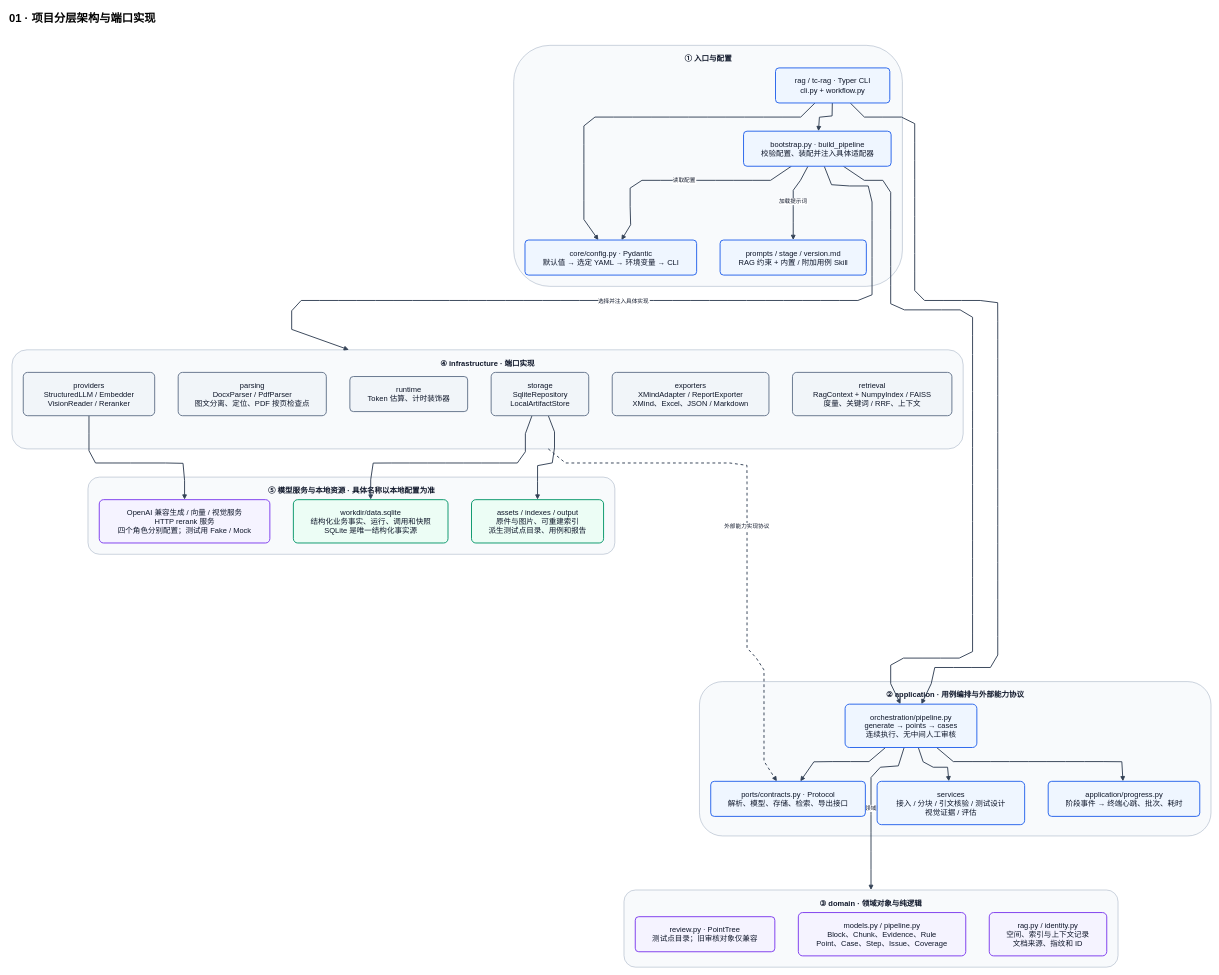
Before: page "01 · 项目分层架构与端口实现" (1 of 5) of docs/diagrams/tc_rag_architecture_atlas.drawio in mzyu05413-sys/tc_rag, a draw.io diagram. Source tidied: cells renumbered, new cells numbered last; positions are measured from the earlier drawing's top-left corner, leaving out a move shared by most shapes. Both pictures are drawn from the tidied source at 47%, with x=0, y=0 at pixel (8, 8).
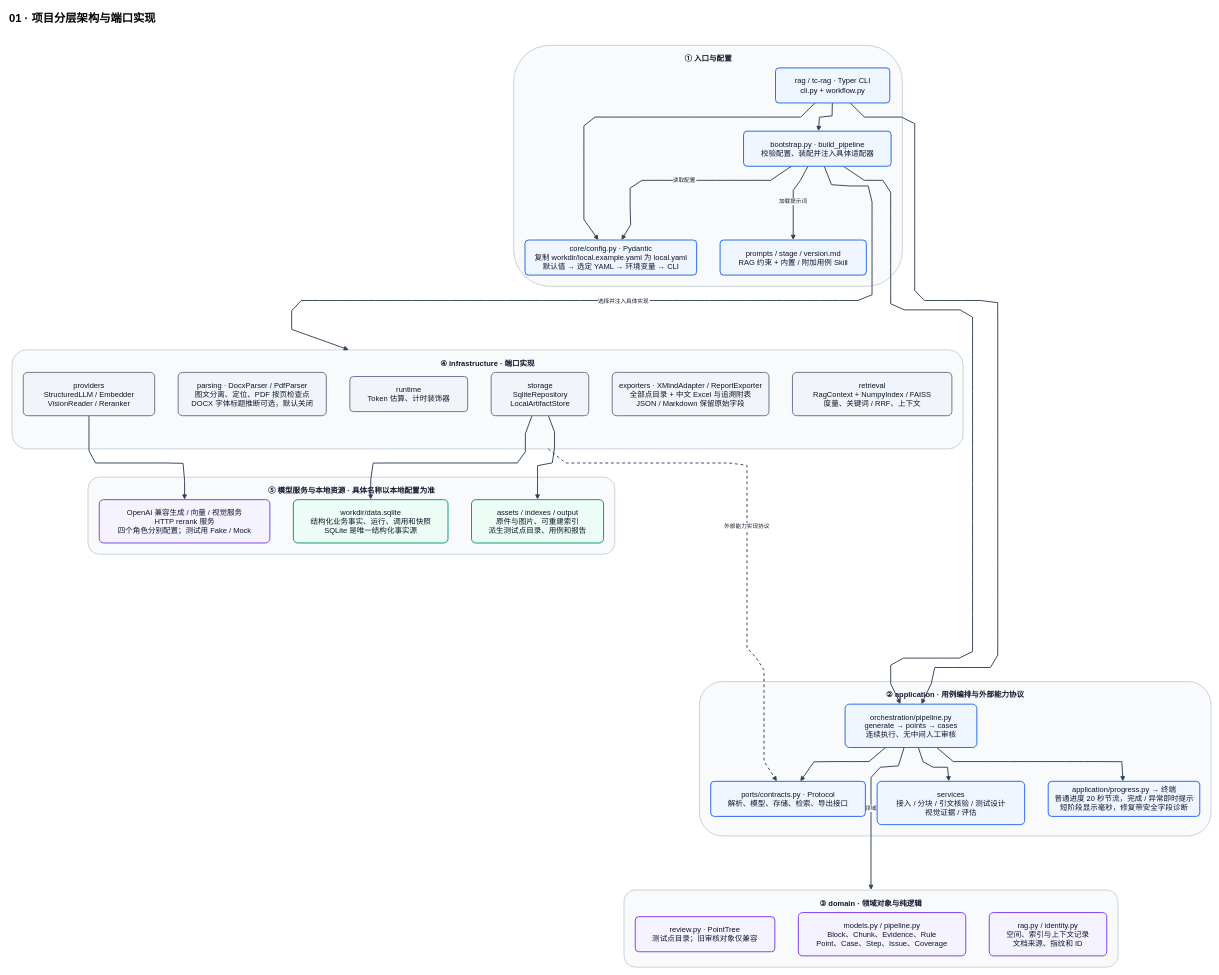
Above is the later version.

Diff of the diagram source:
```diff
@@
-    <mxCell id="24" value="core/config.py · Pydantic&#10;默认值 → 选定 YAML → 环境变量 → CLI" style="whiteSpace=wrap;fontColor=#0F172A;fontSize=16;strokeWidth=2;spacing=12;rounded=1;arcSize=10;fillColor=#eff6ff;strokeColor=#2563eb;" parent="1" vertex="1">
+    <mxCell id="24" value="core/config.py · Pydantic&#10;复制 workdir/local.example.yaml 为 local.yaml&#10;默认值 → 选定 YAML → 环境变量 → CLI" style="whiteSpace=wrap;fontColor=#0F172A;fontSize=16;strokeWidth=2;spacing=12;rounded=1;arcSize=10;fillColor=#eff6ff;strokeColor=#2563eb;" parent="1" vertex="1">
       <mxGeometry x="1099.5" y="493.2" width="365.2" height="74.6" as="geometry" />
     </mxCell>
@@
-    <mxCell id="30" value="application/progress.py&#10;阶段事件 → 终端心跳、批次、耗时" style="whiteSpace=wrap;fontColor=#0F172A;fontSize=16;strokeWidth=2;spacing=12;rounded=1;arcSize=10;fillColor=#eff6ff;strokeColor=#2563eb;" parent="1" vertex="1">
+    <mxCell id="30" value="application/progress.py → 终端&#10;普通进度 20 秒节流，完成 / 异常即时提示&#10;短阶段显示毫秒，修复带安全字段诊断" style="whiteSpace=wrap;fontColor=#0F172A;fontSize=16;strokeWidth=2;spacing=12;rounded=1;arcSize=10;fillColor=#eff6ff;strokeColor=#2563eb;" parent="1" vertex="1">
       <mxGeometry x="2212.7" y="1644.9" width="322.5" height="74.6" as="geometry" />
     </mxCell>
@@
-    <mxCell id="34" value="parsing&#10;DocxParser / PdfParser&#10;图文分离、定位、PDF 按页检查点" style="whiteSpace=wrap;fontColor=#0F172A;fontSize=16;strokeWidth=2;spacing=12;rounded=1;arcSize=10;fillColor=#f1f5f9;strokeColor=#64748b;" parent="1" vertex="1">
+    <mxCell id="34" value="parsing · DocxParser / PdfParser&#10;图文分离、定位、PDF 按页检查点&#10;DOCX 字体标题推断可选，默认关闭" style="whiteSpace=wrap;fontColor=#0F172A;fontSize=16;strokeWidth=2;spacing=12;rounded=1;arcSize=10;fillColor=#f1f5f9;strokeColor=#64748b;" parent="1" vertex="1">
       <mxGeometry x="361.6" y="774.8" width="315.2" height="92.2" as="geometry" />
     </mxCell>
@@
-    <mxCell id="38" value="exporters&#10;XMindAdapter / ReportExporter&#10;XMind、Excel、JSON / Markdown" style="whiteSpace=wrap;fontColor=#0F172A;fontSize=16;strokeWidth=2;spacing=12;rounded=1;arcSize=10;fillColor=#f1f5f9;strokeColor=#64748b;" parent="1" vertex="1">
+    <mxCell id="38" value="exporters · XMindAdapter / ReportExporter&#10;全部点目录 + 中文 Excel 与追溯附表&#10;JSON / Markdown 保留原始字段" style="whiteSpace=wrap;fontColor=#0F172A;fontSize=16;strokeWidth=2;spacing=12;rounded=1;arcSize=10;fillColor=#f1f5f9;strokeColor=#64748b;" parent="1" vertex="1">
       <mxGeometry x="1285.1" y="774.8" width="333.5" height="92.2" as="geometry" />
     </mxCell>
```
